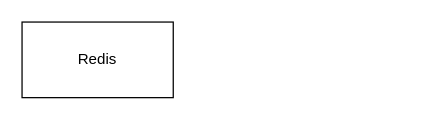
Earlier version of the draw.io diagram 50.Redis/Redis.drawio (3anLouYouGu1/JavaReview). Source tidied: cells renumbered, new cells numbered last; positions are measured from the earlier drawing's top-left corner, leaving out a move shared by most shapes. Both pictures are drawn from the tidied source at 126%, with x=0, y=0 at pixel (21, 21).
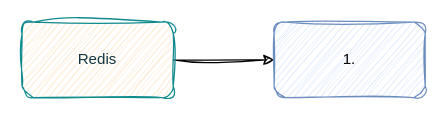
The same diagram, later.

Change to the diagram source:
```diff
@@
 <mxGraphModel>
   <root>
     <mxCell id="0" />
     <mxCell id="1" parent="0" />
+    <mxCell id="3" style="edgeStyle=orthogonalEdgeStyle;rounded=1;sketch=1;hachureGap=4;jiggle=2;curveFitting=1;jettySize=auto;html=1;" parent="1" edge="1" source="2" target="4">
+      <mxGeometry relative="1" as="geometry" />
+    </mxCell>
-    <mxCell id="2" value="Redis" style="rounded=0;whiteSpace=wrap;html=1;" parent="1" vertex="1">
+    <mxCell id="2" value="Redis" style="rounded=1;whiteSpace=wrap;html=1;labelBackgroundColor=none;fillColor=#FAE5C7;strokeColor=#0F8B8D;fontColor=#143642;sketch=1;curveFitting=1;jiggle=2;" parent="1" vertex="1">
       <mxGeometry width="120" height="60" as="geometry" />
     </mxCell>
+    <mxCell id="4" value="1." style="whiteSpace=wrap;html=1;fillColor=#dae8fc;strokeColor=#6c8ebf;rounded=1;labelBackgroundColor=none;sketch=1;curveFitting=1;jiggle=2;" parent="1" vertex="1">
+      <mxGeometry x="200" width="120" height="60" as="geometry" />
+    </mxCell>
   </root>
 </mxGraphModel>
```
